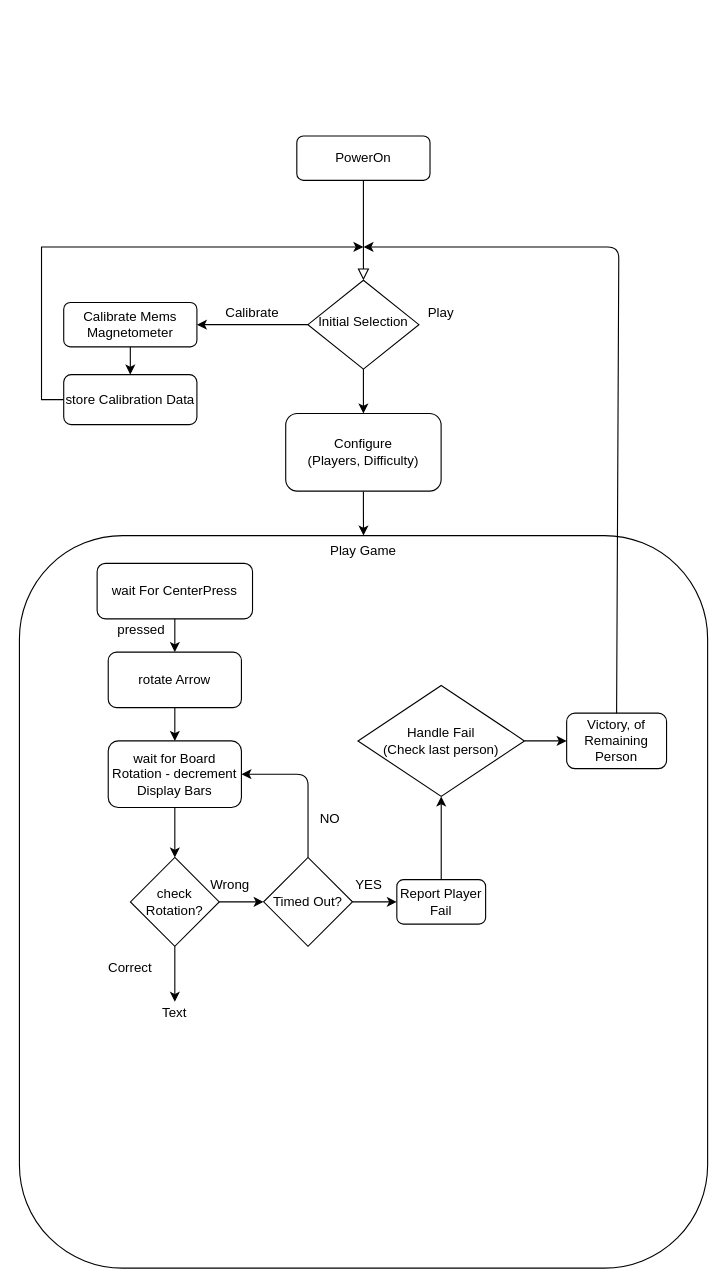
The draw.io diagram doc/MiniGame.drawio in Kraego/STM32-Minigame, before the edit. Source tidied: cells renumbered, new cells numbered last; positions are measured from the earlier drawing's top-left corner, leaving out a move shared by most shapes. Both pictures are drawn from the tidied source at 111%, with x=0, y=0 at pixel (19, 135).
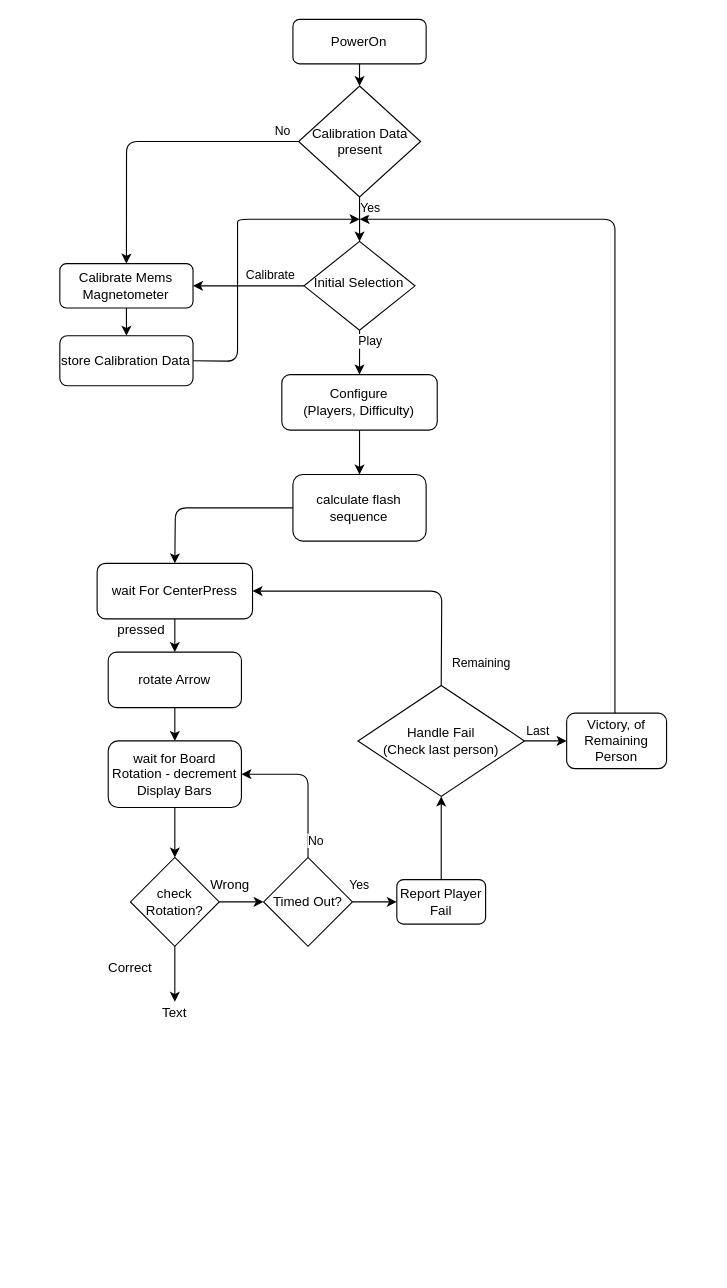
Above is the later version.

The change refers to these unchanged cells:
```xml
<mxCell id="13" value="wait For CenterPress" style="rounded=1;whiteSpace=wrap;html=1;" parent="1" vertex="1">
  <mxGeometry x="70" y="385" width="140" height="50" as="geometry" />
</mxCell>
<mxCell id="18" value="wait for Board Rotation - decrement Display Bars" style="rounded=1;whiteSpace=wrap;html=1;" parent="1" vertex="1">
  <mxGeometry x="80" y="545" width="120" height="60" as="geometry" />
</mxCell>
<mxCell id="24" value="Timed Out?" style="rhombus;whiteSpace=wrap;html=1;direction=south;" parent="1" vertex="1">
  <mxGeometry x="220" y="650" width="80" height="80" as="geometry" />
</mxCell>
<mxCell id="26" value="&lt;div&gt;Handle Fail &lt;br&gt;&lt;/div&gt;&lt;div&gt;(Check last person)&lt;/div&gt;" style="rhombus;whiteSpace=wrap;html=1;" parent="1" vertex="1">
  <mxGeometry x="305" y="495" width="150" height="100" as="geometry" />
</mxCell>
<mxCell id="27" value="Victory, of Remaining Person" style="rounded=1;whiteSpace=wrap;html=1;" parent="1" vertex="1">
  <mxGeometry x="493" y="520" width="90" height="50" as="geometry" />
</mxCell>
<mxCell id="29" value="Report Player Fail" style="rounded=1;whiteSpace=wrap;html=1;" parent="1" vertex="1">
  <mxGeometry x="340" y="670" width="80" height="40" as="geometry" />
</mxCell>
<mxCell id="30" style="endArrow=classic;html=1;entryX=0;entryY=0.5;entryDx=0;entryDy=0;exitX=1;exitY=0.5;exitDx=0;exitDy=0;" parent="1" edge="1" source="26" target="27">
  <mxGeometry relative="1" as="geometry" />
</mxCell>
```

Change to the diagram source:
```diff
@@
-    <mxCell id="2" style="rounded=0;html=1;jettySize=auto;fontSize=11;endArrow=block;endFill=0;endSize=8;strokeWidth=1;shadow=0;labelBackgroundColor=none;edgeStyle=orthogonalEdgeStyle;" parent="1" edge="1" source="3" target="5">
-      <mxGeometry relative="1" as="geometry" />
-    </mxCell>
     <mxCell id="3" value="PowerOn" style="rounded=1;whiteSpace=wrap;html=1;fontSize=12;glass=0;strokeWidth=1;shadow=0;" parent="1" vertex="1">
-      <mxGeometry x="249.9" width="120" height="40" as="geometry" />
+      <mxGeometry x="246.4" y="-105" width="120" height="40" as="geometry" />
     </mxCell>
-    <mxCell id="4" style="edgeStyle=orthogonalEdgeStyle;rounded=0;jettySize=auto;html=1;exitX=0;exitY=0.5;exitDx=0;exitDy=0;entryX=1;entryY=0.5;entryDx=0;entryDy=0;" parent="1" edge="1" source="5" target="6">
-      <mxGeometry relative="1" as="geometry" />
+    <mxCell id="4" value="Calibrate" style="edgeStyle=orthogonalEdgeStyle;rounded=0;jettySize=auto;html=1;exitX=0;exitY=0.5;exitDx=0;exitDy=0;entryX=1;entryY=0.5;entryDx=0;entryDy=0;" parent="1" edge="1" source="5" target="6">
+      <mxGeometry x="-0.4" y="-10" relative="1" as="geometry" />
     </mxCell>
     <mxCell id="5" value="&lt;div&gt;Initial Selection&lt;/div&gt;" style="rhombus;whiteSpace=wrap;html=1;shadow=0;fontFamily=Helvetica;fontSize=12;align=center;strokeWidth=1;spacing=6;spacingTop=-4;" parent="1" vertex="1">
-      <mxGeometry x="259.9" y="130" width="100" height="80" as="geometry" />
+      <mxGeometry x="256.4" y="95" width="100" height="80" as="geometry" />
     </mxCell>
     <mxCell id="6" value="Calibrate Mems Magnetometer" style="rounded=1;whiteSpace=wrap;html=1;fontSize=12;glass=0;strokeWidth=1;shadow=0;" parent="1" vertex="1">
-      <mxGeometry x="39.9" y="150" width="120" height="40" as="geometry" />
+      <mxGeometry x="36.4" y="115" width="120" height="40" as="geometry" />
     </mxCell>
-    <mxCell id="7" value="Calibrate" style="text;html=1;strokeColor=none;fillColor=none;align=center;verticalAlign=middle;whiteSpace=wrap;rounded=0;" parent="1" vertex="1">
-      <mxGeometry x="189.9" y="150" width="40" height="20" as="geometry" />
-    </mxCell>
-    <mxCell id="8" style="edgeStyle=orthogonalEdgeStyle;rounded=0;jettySize=auto;html=1;exitX=0.5;exitY=1;exitDx=0;exitDy=0;" parent="1" edge="1" source="9" target="12">
+    <mxCell id="8" style="edgeStyle=orthogonalEdgeStyle;rounded=0;jettySize=auto;html=1;exitX=0.5;exitY=1;exitDx=0;exitDy=0;entryX=0.5;entryY=0;entryDx=0;entryDy=0;" parent="1" edge="1" source="9" target="41">
       <mxGeometry relative="1" as="geometry" />
     </mxCell>
     <mxCell id="9" value="&lt;div&gt;Configure&lt;/div&gt;&lt;div&gt;(Players, Difficulty)&lt;/div&gt;" style="rounded=1;whiteSpace=wrap;html=1;" parent="1" vertex="1">
-      <mxGeometry x="239.9" y="250" width="140" height="70" as="geometry" />
+      <mxGeometry x="236.4" y="215" width="140" height="50" as="geometry" />
     </mxCell>
-    <mxCell id="10" style="endArrow=classic;html=1;exitX=0.5;exitY=1;exitDx=0;exitDy=0;" parent="1" edge="1" source="5" target="9">
-      <mxGeometry relative="1" as="geometry" />
+    <mxCell id="10" value="Play" style="endArrow=classic;html=1;exitX=0.5;exitY=1;exitDx=0;exitDy=0;" parent="1" edge="1" source="5" target="9">
+      <mxGeometry x="-0.5" y="10" relative="1" as="geometry" />
     </mxCell>
-    <mxCell id="11" value="Play" style="text;html=1;strokeColor=none;fillColor=none;align=center;verticalAlign=middle;whiteSpace=wrap;rounded=0;" parent="1" vertex="1">
-      <mxGeometry x="359.9" y="150" width="40" height="20" as="geometry" />
-    </mxCell>
-    <mxCell id="12" value="Play Game" style="rounded=1;whiteSpace=wrap;html=1;verticalAlign=top;" parent="1" vertex="1">
-      <mxGeometry y="360" width="620" height="660" as="geometry" />
-    </mxCell>
@@
-    <mxCell id="20" style="edgeStyle=orthogonalEdgeStyle;rounded=0;jettySize=auto;html=1;exitX=0;exitY=0.5;exitDx=0;exitDy=0;" parent="1" edge="1" source="21">
-      <mxGeometry relative="1" as="geometry">
-        <mxPoint x="309.9" y="100" as="targetPoint" />
-        <Array as="points">
-          <mxPoint x="19.9" y="238" />
-          <mxPoint x="19.9" y="100" />
-        </Array>
-      </mxGeometry>
-    </mxCell>
     <mxCell id="21" value="store Calibration Data" style="rounded=1;whiteSpace=wrap;html=1;" parent="1" vertex="1">
-      <mxGeometry x="39.9" y="215" width="120" height="45" as="geometry" />
+      <mxGeometry x="36.4" y="180" width="120" height="45" as="geometry" />
     </mxCell>
@@
-    <mxCell id="31" value="YES" style="text;html=1;strokeColor=none;fillColor=none;align=center;verticalAlign=middle;whiteSpace=wrap;rounded=0;" parent="1" vertex="1">
-      <mxGeometry x="295" y="665" width="40" height="20" as="geometry" />
-    </mxCell>
+    <mxCell id="40" value="Last" style="edgeLabel;html=1;align=center;verticalAlign=middle;" parent="30" vertex="1">
+      <mxGeometry x="-0.43" y="-1" relative="1" as="geometry">
+        <mxPoint y="-11" as="offset" />
+      </mxGeometry>
+    </mxCell>
@@
-    <mxCell id="33" style="endArrow=classic;html=1;exitX=0.5;exitY=0;exitDx=0;exitDy=0;entryX=0;entryY=0.5;entryDx=0;entryDy=0;" parent="1" edge="1" source="24" target="29">
-      <mxGeometry relative="1" as="geometry" />
+    <mxCell id="33" value="Yes" style="endArrow=classic;html=1;exitX=0.5;exitY=0;exitDx=0;exitDy=0;entryX=0;entryY=0.5;entryDx=0;entryDy=0;" parent="1" edge="1" source="24" target="29">
+      <mxGeometry x="-0.68" y="15" relative="1" as="geometry" />
     </mxCell>
-    <mxCell id="34" style="endArrow=classic;html=1;entryX=1;entryY=0.5;entryDx=0;entryDy=0;exitX=0;exitY=0.5;exitDx=0;exitDy=0;" parent="1" edge="1" source="24" target="18">
-      <mxGeometry relative="1" as="geometry">
+    <mxCell id="34" value="No" style="endArrow=classic;html=1;entryX=1;entryY=0.5;entryDx=0;entryDy=0;exitX=0;exitY=0.5;exitDx=0;exitDy=0;" parent="1" edge="1" source="24" target="18">
+      <mxGeometry x="-0.78" y="-6" relative="1" as="geometry">
         <Array as="points">
           <mxPoint x="260" y="575" />
         </Array>
+        <mxPoint x="1" as="offset" />
       </mxGeometry>
     </mxCell>
-    <mxCell id="35" style="endArrow=classic;html=1;exitX=0.5;exitY=0;exitDx=0;exitDy=0;" parent="1" edge="1" source="27">
+    <mxCell id="35" style="endArrow=classic;html=1;" parent="1" edge="1">
       <mxGeometry relative="1" as="geometry">
-        <mxPoint x="310" y="100" as="targetPoint" />
+        <mxPoint x="536.5" y="520" as="sourcePoint" />
+        <mxPoint x="306.5" y="75" as="targetPoint" />
         <Array as="points">
-          <mxPoint x="540" y="100" />
+          <mxPoint x="536.5" y="75" />
         </Array>
       </mxGeometry>
     </mxCell>
-    <mxCell id="36" value="NO" style="text;html=1;strokeColor=none;fillColor=none;align=center;verticalAlign=middle;whiteSpace=wrap;rounded=0;" parent="1" vertex="1">
-      <mxGeometry x="260" y="605" width="40" height="20" as="geometry" />
-    </mxCell>
@@
+    <mxCell id="41" value="calculate flash sequence" style="rounded=1;whiteSpace=wrap;html=1;" parent="1" vertex="1">
+      <mxGeometry x="246.4" y="305" width="120" height="60" as="geometry" />
+    </mxCell>
+    <mxCell id="42" style="endArrow=classic;html=1;exitX=0;exitY=0.5;exitDx=0;exitDy=0;entryX=0.5;entryY=0;entryDx=0;entryDy=0;" parent="1" edge="1" source="41" target="13">
+      <mxGeometry relative="1" as="geometry">
+        <Array as="points">
+          <mxPoint x="140.5" y="335" />
+        </Array>
+      </mxGeometry>
+    </mxCell>
+    <mxCell id="43" value="&lt;font style=&quot;font-size: 12px&quot;&gt;Calibration Data present&lt;/font&gt;" style="rhombus;html=1;spacing=2;whiteSpace=wrap;" parent="1" vertex="1">
+      <mxGeometry x="251.5" y="-45" width="109.9" height="100" as="geometry" />
+    </mxCell>
+    <mxCell id="44" style="endArrow=classic;html=1;exitX=0.5;exitY=1;exitDx=0;exitDy=0;" parent="1" edge="1" source="3" target="43">
+      <mxGeometry relative="1" as="geometry" />
+    </mxCell>
+    <mxCell id="45" value="Yes" style="endArrow=classic;html=1;exitX=0.5;exitY=1;exitDx=0;exitDy=0;" parent="1" edge="1" source="43" target="5">
+      <mxGeometry x="-0.5" y="10" relative="1" as="geometry" />
+    </mxCell>
+    <mxCell id="46" style="endArrow=classic;html=1;entryX=0.5;entryY=0;entryDx=0;entryDy=0;exitX=0;exitY=0.5;exitDx=0;exitDy=0;" parent="1" edge="1" source="43" target="6">
+      <mxGeometry relative="1" as="geometry">
+        <Array as="points">
+          <mxPoint x="96.5" y="5" />
+        </Array>
+      </mxGeometry>
+    </mxCell>
+    <mxCell id="47" value="&lt;div&gt;No&lt;/div&gt;" style="edgeLabel;html=1;align=center;verticalAlign=middle;" parent="46" vertex="1">
+      <mxGeometry x="-0.88" y="-2" relative="1" as="geometry">
+        <mxPoint x="1" y="-8" as="offset" />
+      </mxGeometry>
+    </mxCell>
+    <mxCell id="48" style="endArrow=classic;html=1;exitX=1;exitY=0.5;exitDx=0;exitDy=0;" parent="1" edge="1" source="21">
+      <mxGeometry relative="1" as="geometry">
+        <mxPoint x="306.5" y="75" as="targetPoint" />
+        <Array as="points">
+          <mxPoint x="196.5" y="203" />
+          <mxPoint x="196.5" y="85" />
+          <mxPoint x="196.5" y="75" />
+        </Array>
+      </mxGeometry>
+    </mxCell>
+    <mxCell id="49" value="Remaining" style="endArrow=classic;html=1;exitX=0.5;exitY=0;exitDx=0;exitDy=0;entryX=1;entryY=0.5;entryDx=0;entryDy=0;" parent="1" edge="1" source="26" target="13">
+      <mxGeometry x="-0.84" y="-36" relative="1" as="geometry">
+        <Array as="points">
+          <mxPoint x="380.5" y="410" />
+        </Array>
+      </mxGeometry>
+    </mxCell>
```
